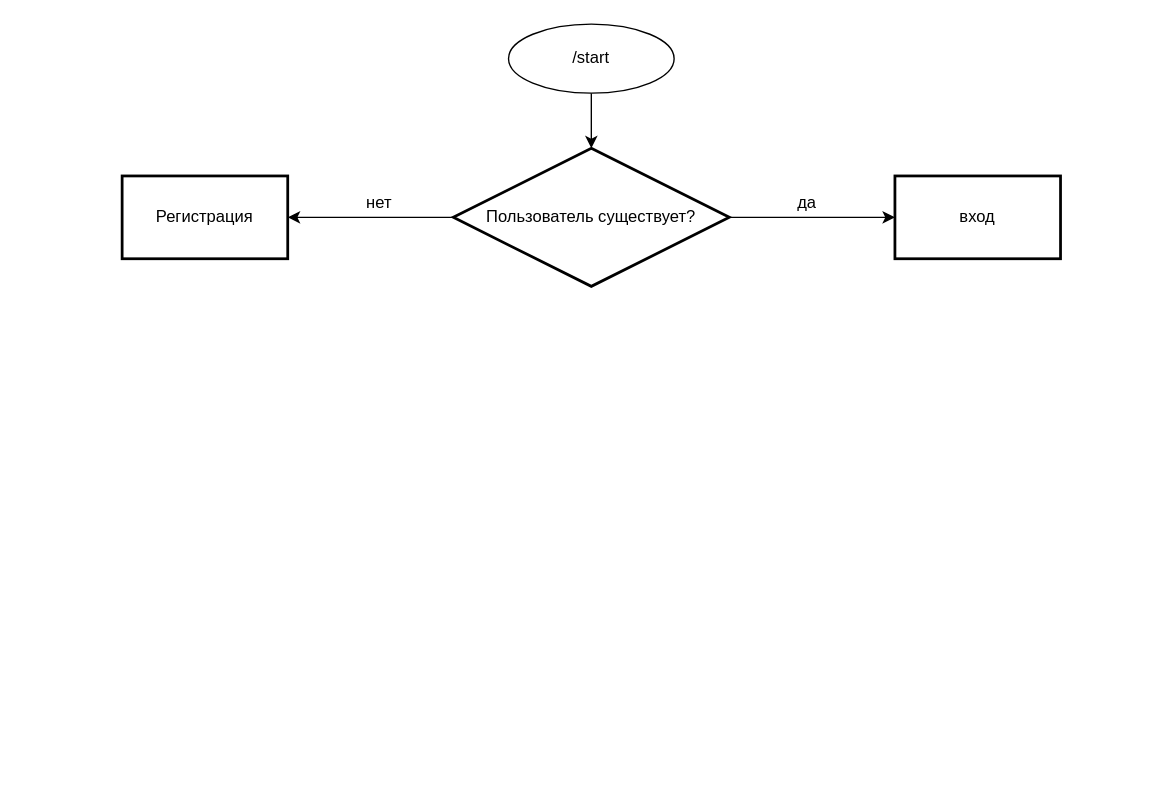
Above: OSI.drawio in kaznt81/tg-osi-bot (draw.io), before the change. Source tidied: cells renumbered, new cells numbered last; positions are measured from the earlier drawing's top-left corner, leaving out a move shared by most shapes. Both pictures are drawn from the tidied source at 138%, with x=0, y=0 at pixel (121, 23).
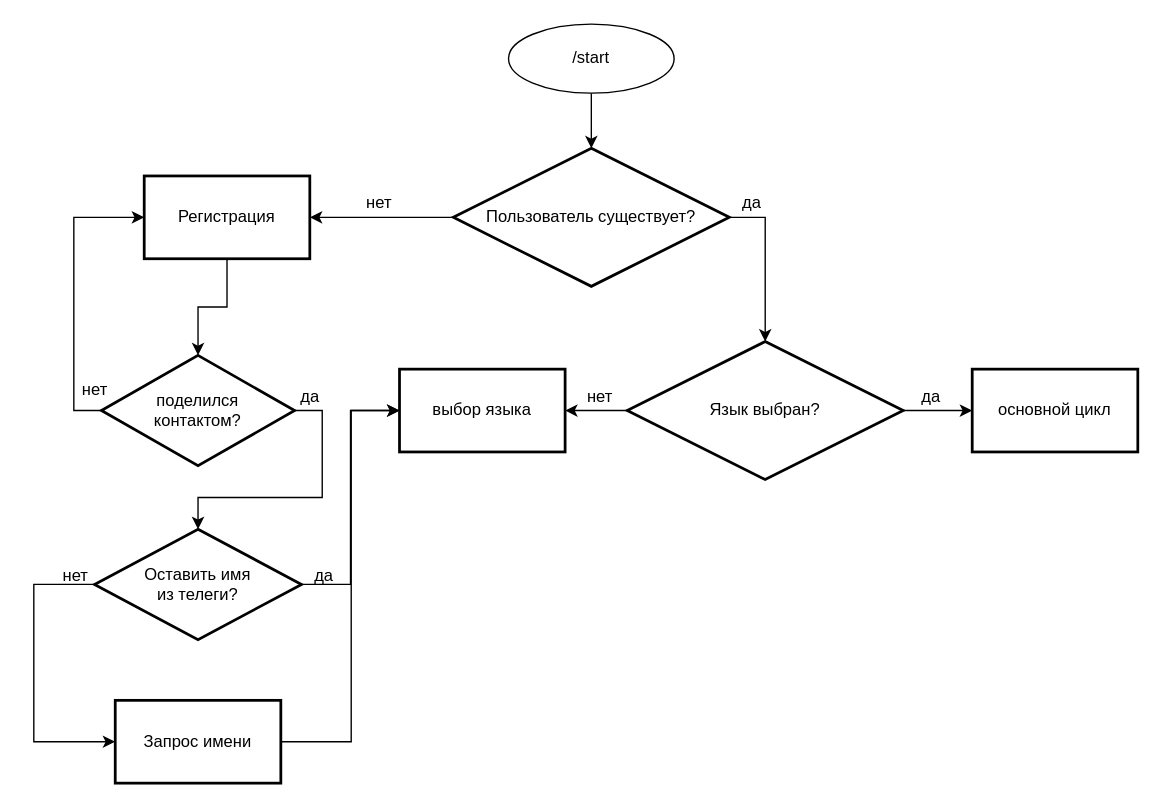
The same diagram, later.

Unchanged cells that the change refers to:
```xml
<mxCell id="6" value="Пользователь существует?" style="strokeWidth=2;html=1;shape=mxgraph.flowchart.decision;whiteSpace=wrap;" parent="1" vertex="1">
  <mxGeometry x="240" y="90" width="200" height="100" as="geometry" />
</mxCell>
```

Diff of the diagram source:
```diff
@@
-    <mxCell id="5" style="edgeStyle=orthogonalEdgeStyle;rounded=0;jettySize=auto;html=1;" parent="1" edge="1" source="6" target="9">
-      <mxGeometry relative="1" as="geometry" />
-    </mxCell>
+    <mxCell id="11" style="edgeStyle=orthogonalEdgeStyle;rounded=0;jettySize=auto;html=1;entryX=0.5;entryY=0;entryDx=0;entryDy=0;entryPerimeter=0;exitX=1;exitY=0.5;exitDx=0;exitDy=0;exitPerimeter=0;" parent="1" edge="1" source="6" target="15">
+      <mxGeometry relative="1" as="geometry">
+        <Array as="points">
+          <mxPoint x="466" y="140" />
+        </Array>
+      </mxGeometry>
+    </mxCell>
@@
+    <mxCell id="12" style="edgeStyle=orthogonalEdgeStyle;rounded=0;jettySize=auto;html=1;" parent="1" edge="1" source="7" target="23">
+      <mxGeometry relative="1" as="geometry" />
+    </mxCell>
     <mxCell id="7" value="Регистрация" style="whiteSpace=wrap;html=1;strokeWidth=2;" parent="1" vertex="1">
-      <mxGeometry y="110" width="120" height="60" as="geometry" />
+      <mxGeometry x="16" y="110" width="120" height="60" as="geometry" />
     </mxCell>
@@
-    <mxCell id="9" value="вход" style="whiteSpace=wrap;html=1;strokeWidth=2;" parent="1" vertex="1">
-      <mxGeometry x="560" y="110" width="120" height="60" as="geometry" />
-    </mxCell>
-    <mxCell id="10" value="да" style="text;html=1;align=center;verticalAlign=middle;strokeColor=none;fillColor=none;" parent="1" vertex="1">
-      <mxGeometry x="476" y="115" width="40" height="30" as="geometry" />
-    </mxCell>
+    <mxCell id="13" style="edgeStyle=orthogonalEdgeStyle;rounded=0;jettySize=auto;html=1;" parent="1" edge="1" source="15" target="17">
+      <mxGeometry relative="1" as="geometry" />
+    </mxCell>
+    <mxCell id="14" style="edgeStyle=orthogonalEdgeStyle;rounded=0;jettySize=auto;html=1;" parent="1" edge="1" source="15" target="19">
+      <mxGeometry relative="1" as="geometry" />
+    </mxCell>
+    <mxCell id="15" value="Язык выбран?" style="strokeWidth=2;html=1;shape=mxgraph.flowchart.decision;whiteSpace=wrap;" parent="1" vertex="1">
+      <mxGeometry x="366" y="230" width="200" height="100" as="geometry" />
+    </mxCell>
+    <mxCell id="16" value="да" style="text;html=1;align=center;verticalAlign=middle;strokeColor=none;fillColor=none;" parent="1" vertex="1">
+      <mxGeometry x="436" y="115" width="40" height="30" as="geometry" />
+    </mxCell>
+    <mxCell id="17" value="основной цикл" style="whiteSpace=wrap;html=1;strokeWidth=2;" parent="1" vertex="1">
+      <mxGeometry x="616" y="250" width="120" height="60" as="geometry" />
+    </mxCell>
+    <mxCell id="18" value="да" style="text;html=1;align=center;verticalAlign=middle;strokeColor=none;fillColor=none;" parent="1" vertex="1">
+      <mxGeometry x="566" y="255" width="40" height="30" as="geometry" />
+    </mxCell>
+    <mxCell id="19" value="выбор языка" style="whiteSpace=wrap;html=1;strokeWidth=2;" parent="1" vertex="1">
+      <mxGeometry x="201" y="250" width="120" height="60" as="geometry" />
+    </mxCell>
+    <mxCell id="20" value="нет" style="text;html=1;align=center;verticalAlign=middle;strokeColor=none;fillColor=none;" parent="1" vertex="1">
+      <mxGeometry x="326" y="255" width="40" height="30" as="geometry" />
+    </mxCell>
+    <mxCell id="21" style="edgeStyle=orthogonalEdgeStyle;rounded=0;jettySize=auto;html=1;entryX=0;entryY=0.5;entryDx=0;entryDy=0;exitX=0;exitY=0.5;exitDx=0;exitDy=0;" parent="1" edge="1" source="23" target="7">
+      <mxGeometry relative="1" as="geometry" />
+    </mxCell>
+    <mxCell id="22" style="edgeStyle=orthogonalEdgeStyle;rounded=0;jettySize=auto;html=1;exitX=1;exitY=0.5;exitDx=0;exitDy=0;" parent="1" edge="1" source="23" target="27">
+      <mxGeometry relative="1" as="geometry" />
+    </mxCell>
+    <mxCell id="23" value="поделился &lt;br&gt;контактом?" style="rhombus;whiteSpace=wrap;html=1;strokeWidth=2;" parent="1" vertex="1">
+      <mxGeometry x="-15" y="240" width="140" height="80" as="geometry" />
+    </mxCell>
+    <mxCell id="24" value="нет" style="text;html=1;align=center;verticalAlign=middle;strokeColor=none;fillColor=none;" parent="1" vertex="1">
+      <mxGeometry x="-40" y="250" width="40" height="30" as="geometry" />
+    </mxCell>
+    <mxCell id="25" style="edgeStyle=orthogonalEdgeStyle;rounded=0;jettySize=auto;html=1;exitX=1;exitY=0.7;exitDx=0;exitDy=0;exitPerimeter=0;" parent="1" edge="1" source="31" target="30">
+      <mxGeometry relative="1" as="geometry">
+        <Array as="points">
+          <mxPoint x="-64" y="406" />
+          <mxPoint x="-64" y="520" />
+        </Array>
+      </mxGeometry>
+    </mxCell>
+    <mxCell id="26" style="edgeStyle=orthogonalEdgeStyle;rounded=0;jettySize=auto;html=1;entryX=0;entryY=0.5;entryDx=0;entryDy=0;" parent="1" edge="1" source="27" target="19">
+      <mxGeometry relative="1" as="geometry" />
+    </mxCell>
+    <mxCell id="27" value="Оставить имя&lt;br&gt;из телеги?" style="rhombus;whiteSpace=wrap;html=1;strokeWidth=2;" parent="1" vertex="1">
+      <mxGeometry x="-20" y="366" width="150" height="80" as="geometry" />
+    </mxCell>
+    <mxCell id="28" value="да" style="text;html=1;align=center;verticalAlign=middle;strokeColor=none;fillColor=none;" parent="1" vertex="1">
+      <mxGeometry x="116" y="255" width="40" height="30" as="geometry" />
+    </mxCell>
+    <mxCell id="29" style="edgeStyle=orthogonalEdgeStyle;rounded=0;jettySize=auto;html=1;entryX=0;entryY=0.5;entryDx=0;entryDy=0;" parent="1" edge="1" source="30" target="19">
+      <mxGeometry relative="1" as="geometry">
+        <Array as="points">
+          <mxPoint x="166" y="520" />
+          <mxPoint x="166" y="280" />
+        </Array>
+      </mxGeometry>
+    </mxCell>
+    <mxCell id="30" value="Запрос имени" style="whiteSpace=wrap;html=1;strokeWidth=2;" parent="1" vertex="1">
+      <mxGeometry x="-5" y="490" width="120" height="60" as="geometry" />
+    </mxCell>
+    <mxCell id="31" value="нет" style="text;html=1;align=center;verticalAlign=middle;points=[];strokeColor=none;fillColor=none;" parent="1" vertex="1">
+      <mxGeometry x="-54" y="385" width="40" height="30" as="geometry" />
+    </mxCell>
+    <mxCell id="32" value="да" style="text;html=1;align=center;verticalAlign=middle;strokeColor=none;fillColor=none;" parent="1" vertex="1">
+      <mxGeometry x="126" y="385" width="40" height="30" as="geometry" />
+    </mxCell>
```
